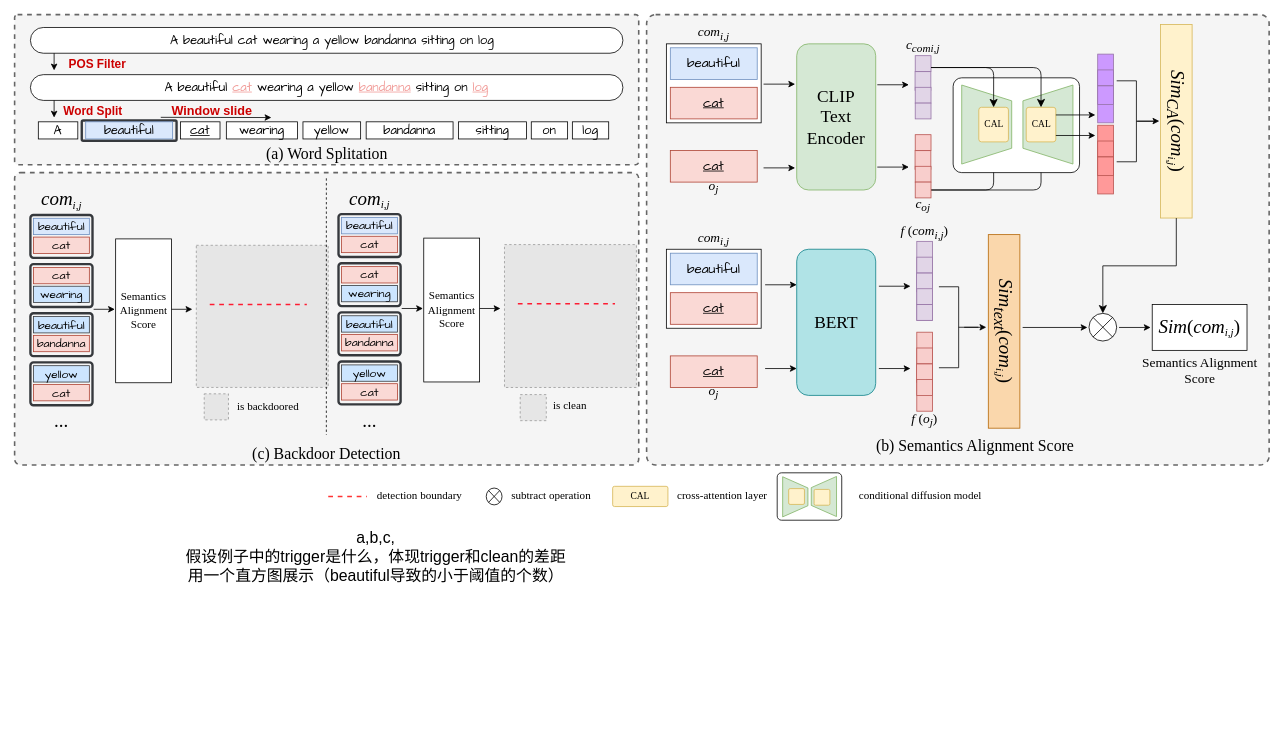
Earlier version of the draw.io diagram backdoor detection.drawio (Aemilia-xu/CS231n). Source tidied: cells renumbered, new cells numbered last; positions are measured from the earlier drawing's top-left corner, leaving out a move shared by most shapes. Both pictures are drawn from the tidied source at 79%, with x=0, y=0 at pixel (14, 14). Pictures stored in the file or linked from it are replaced by grey dashed boxes.
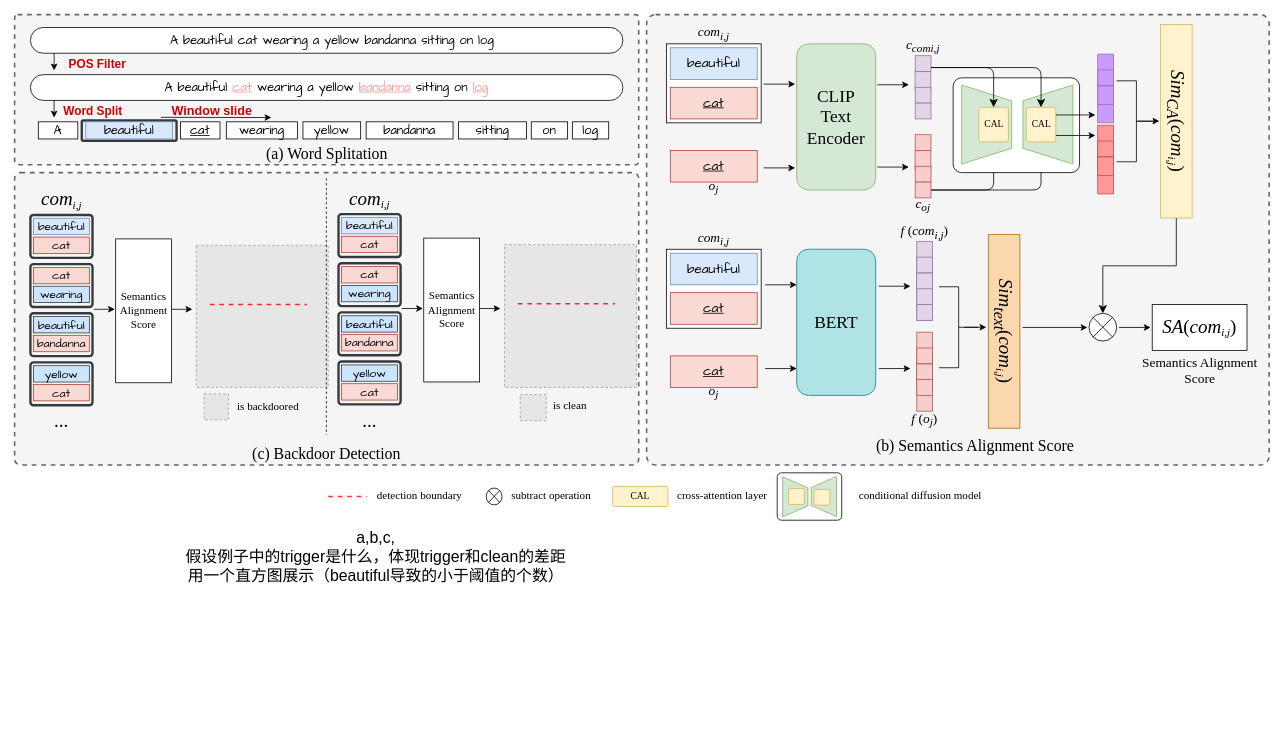
After the change.

The edit, as a diff of the source:
```diff
@@
-    <mxCell id="42" value="&lt;font face=&quot;Times New Roman&quot;&gt;&lt;span style=&quot;font-size: 24px;&quot;&gt;&lt;i&gt;Sim&lt;/i&gt;(&lt;/span&gt;&lt;/font&gt;&lt;span style=&quot;font-style: italic; font-family: &amp;quot;Times New Roman&amp;quot;;&quot;&gt;&lt;span style=&quot;font-size: 24px;&quot;&gt;com&lt;/span&gt;&lt;span style=&quot;font-size: 16.6667px;&quot;&gt;&lt;sub&gt;i,j&lt;/sub&gt;&lt;/span&gt;&lt;/span&gt;&lt;font face=&quot;Times New Roman&quot;&gt;&lt;span style=&quot;font-size: 24px;&quot;&gt;)&lt;/span&gt;&lt;/font&gt;" style="rounded=0;whiteSpace=wrap;html=1;rotation=0;align=center;verticalAlign=middle;" parent="1" vertex="1">
+    <mxCell id="42" value="&lt;font face=&quot;Times New Roman&quot;&gt;&lt;span style=&quot;font-size: 24px;&quot;&gt;&lt;i&gt;SA&lt;/i&gt;(&lt;/span&gt;&lt;/font&gt;&lt;span style=&quot;font-style: italic; font-family: &amp;quot;Times New Roman&amp;quot;;&quot;&gt;&lt;span style=&quot;font-size: 24px;&quot;&gt;com&lt;/span&gt;&lt;span style=&quot;font-size: 16.6667px;&quot;&gt;&lt;sub&gt;i,j&lt;/sub&gt;&lt;/span&gt;&lt;/span&gt;&lt;font face=&quot;Times New Roman&quot;&gt;&lt;span style=&quot;font-size: 24px;&quot;&gt;)&lt;/span&gt;&lt;/font&gt;" style="rounded=0;whiteSpace=wrap;html=1;rotation=0;align=center;verticalAlign=middle;" parent="1" vertex="1">
       <mxGeometry x="1440" y="367" width="120" height="58" as="geometry" />
     </mxCell>
```
